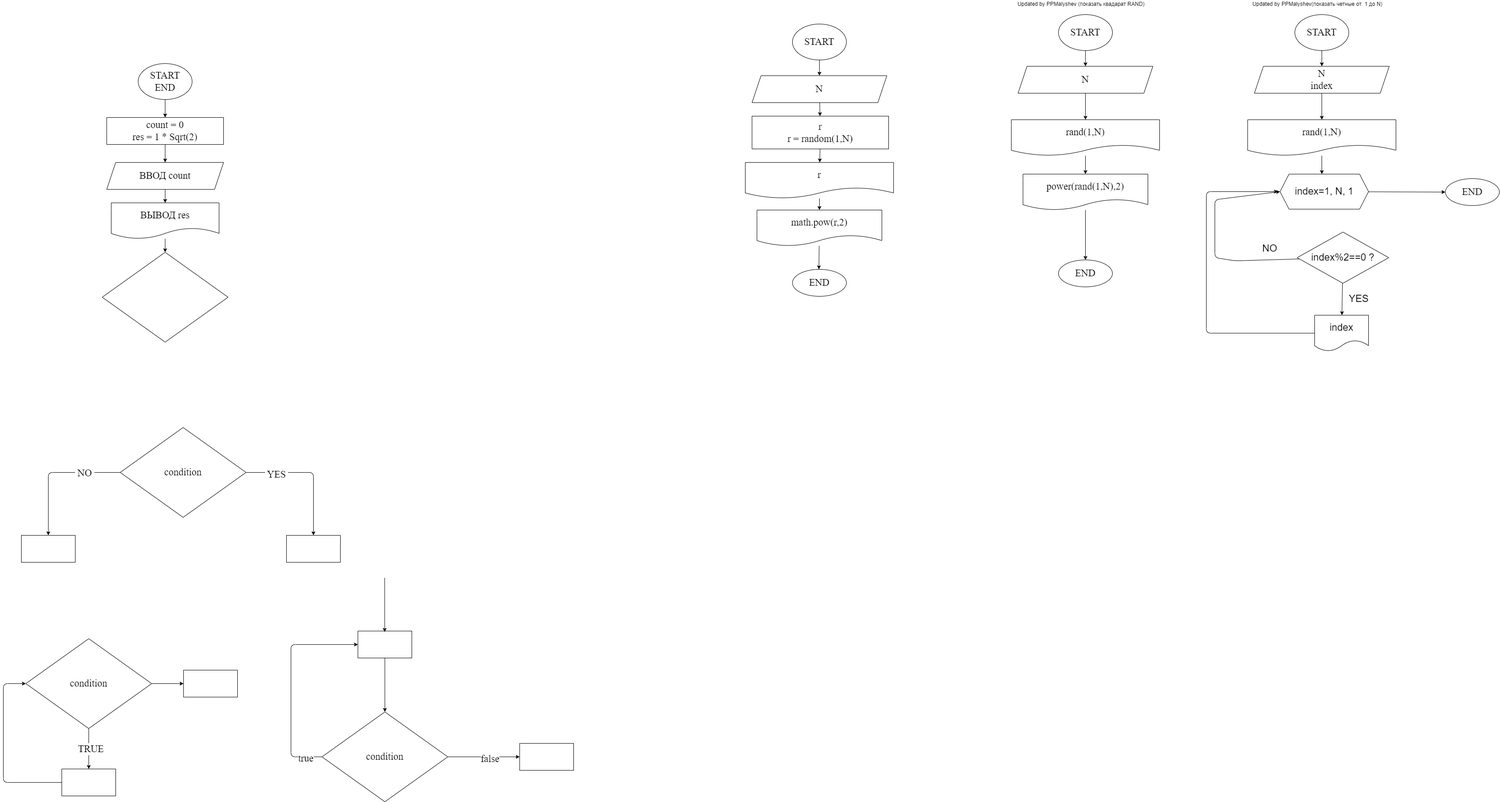
iksergey/practice_temp keeps this draw.io diagram as ex000.drawio.png. Above is the earlier version. Source tidied: cells renumbered, new cells last; positions are measured from the earlier drawing's top-left corner, leaving out a move shared by most shapes.
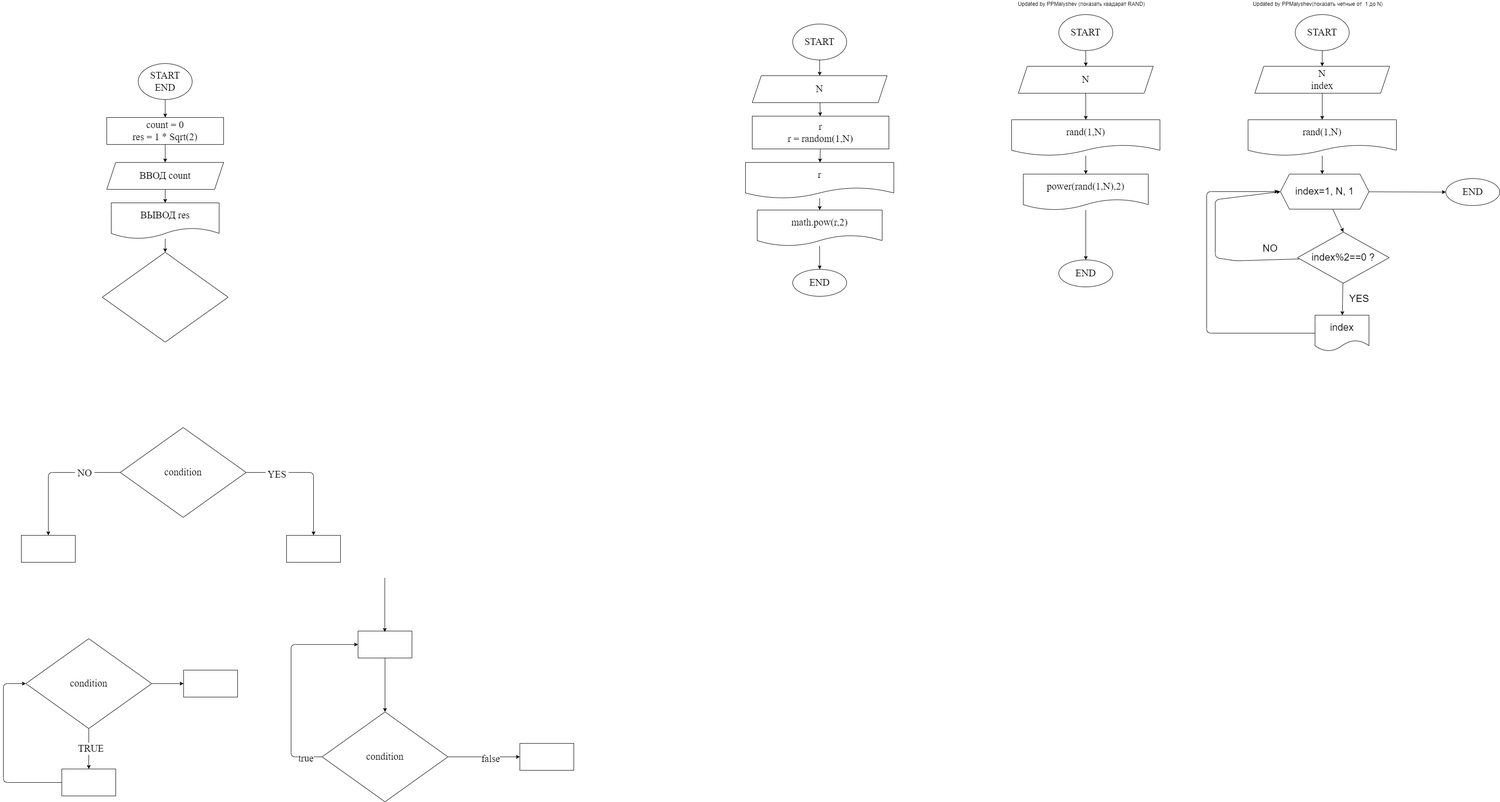
The same file after the commit.

What changed in the source:
```diff
@@ -211,6 +211,9 @@
     <mxCell id="63" style="edgeStyle=none;html=1;fontSize=22;" parent="1" edge="1" source="64" target="61">
       <mxGeometry relative="1" as="geometry" />
     </mxCell>
+    <mxCell id="72" style="edgeStyle=none;html=1;entryX=0.5;entryY=0;entryDx=0;entryDy=0;" parent="1" edge="1" source="64" target="67">
+      <mxGeometry relative="1" as="geometry" />
+    </mxCell>
     <mxCell id="64" value="&lt;font style=&quot;font-size: 22px&quot;&gt;index=1, N, 1&lt;/font&gt;" style="shape=hexagon;perimeter=hexagonPerimeter2;whiteSpace=wrap;html=1;fixedSize=1;" parent="1" vertex="1">
       <mxGeometry x="2841" y="387" width="197" height="78" as="geometry" />
     </mxCell>
```
